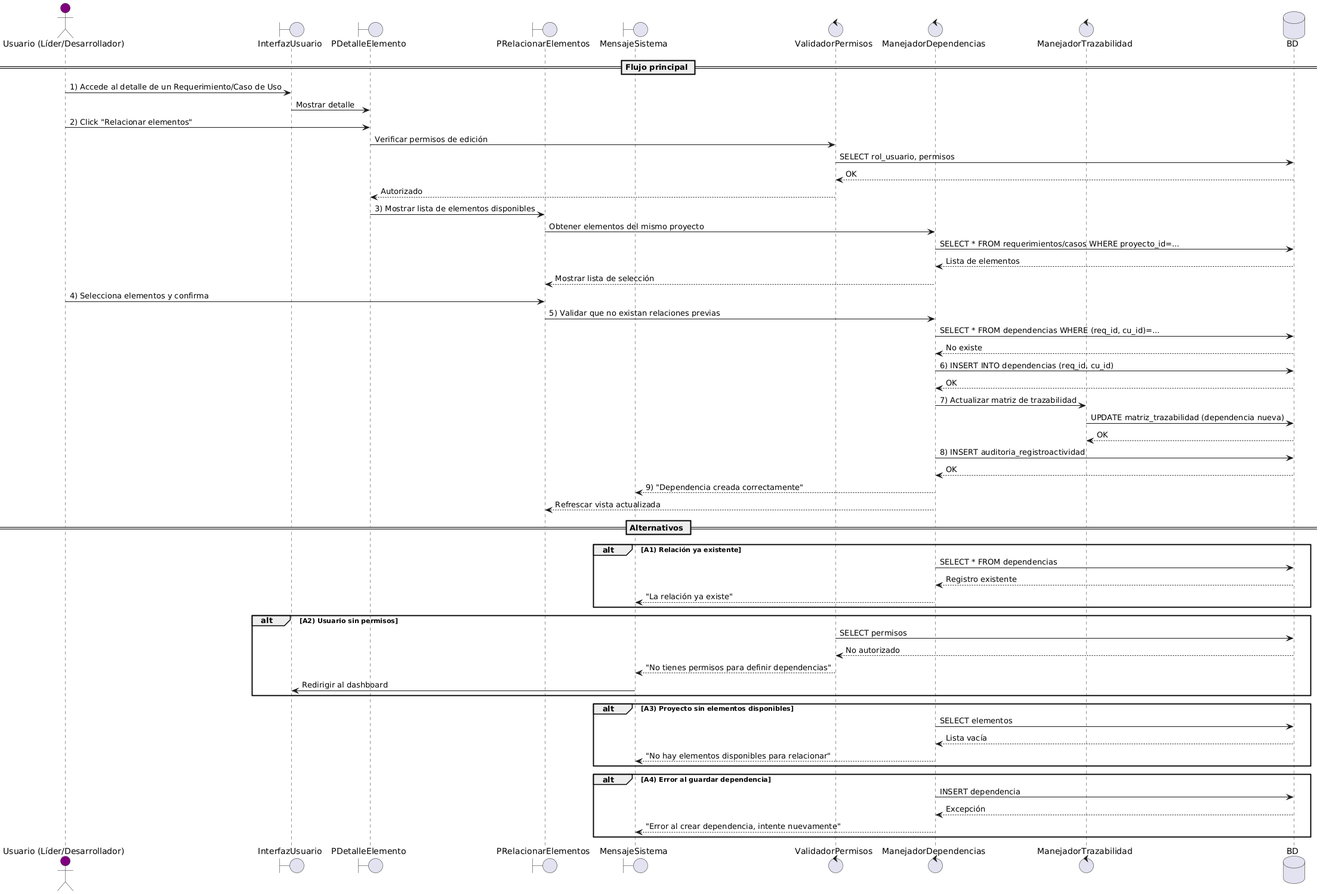
This is 3-CONSTRUCCION/ITERACIÓN 2/34. Especificacion de CU a implemantar/Diagramas/DS-CU11.png from uarg-unpa/grcu-manager, a PlantUML export, as it was before one commit.
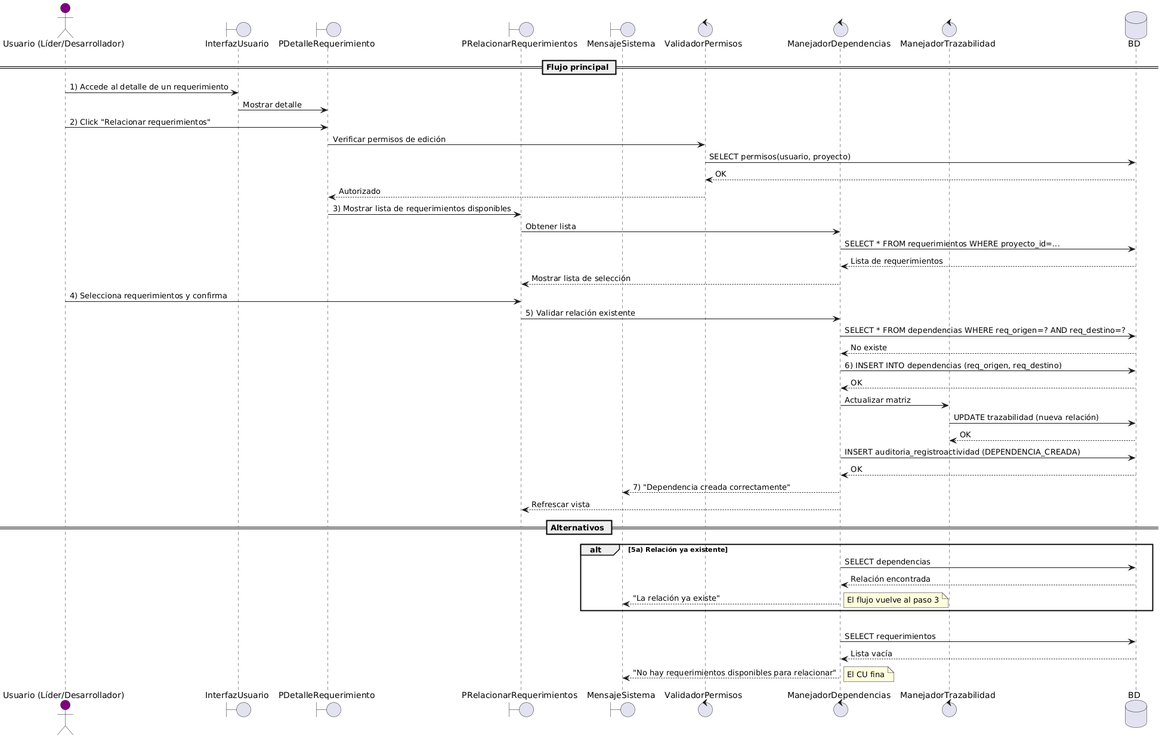
The same file after the commit.

The edit, as a diff of the source:
```diff
@@ -1,8 +1,8 @@
 @startuml
 actor "Usuario (Líder/Desarrollador)" as Usuario #purple
 boundary InterfazUsuario
-boundary PDetalleElemento
-boundary PRelacionarElementos
+boundary PDetalleRequerimiento
+boundary PRelacionarRequerimientos
 boundary MensajeSistema
 control ValidadorPermisos
 control ManejadorDependencias
@@ -10,62 +10,48 @@
 database BD
 
 == Flujo principal ==
-Usuario -> InterfazUsuario: 1) Accede al detalle de un Requerimiento/Caso de Uso
-InterfazUsuario -> PDetalleElemento: Mostrar detalle
-Usuario -> PDetalleElemento: 2) Click "Relacionar elementos"
+Usuario -> InterfazUsuario: 1) Accede al detalle de un requerimiento
+InterfazUsuario -> PDetalleRequerimiento: Mostrar detalle
+Usuario -> PDetalleRequerimiento: 2) Click "Relacionar requerimientos"
 
-PDetalleElemento -> ValidadorPermisos: Verificar permisos de edición
-ValidadorPermisos -> BD: SELECT rol_usuario, permisos
+PDetalleRequerimiento -> ValidadorPermisos: Verificar permisos de edición
+ValidadorPermisos -> BD: SELECT permisos(usuario, proyecto)
 BD --> ValidadorPermisos: OK
-ValidadorPermisos --> PDetalleElemento: Autorizado
+ValidadorPermisos --> PDetalleRequerimiento: Autorizado
 
-PDetalleElemento -> PRelacionarElementos: 3) Mostrar lista de elementos disponibles
-PRelacionarElementos -> ManejadorDependencias: Obtener elementos del mismo proyecto
-ManejadorDependencias -> BD: SELECT * FROM requerimientos/casos WHERE proyecto_id=...
-BD --> ManejadorDependencias: Lista de elementos
-ManejadorDependencias --> PRelacionarElementos: Mostrar lista de selección
+PDetalleRequerimiento -> PRelacionarRequerimientos: 3) Mostrar lista de requerimientos disponibles
+PRelacionarRequerimientos -> ManejadorDependencias: Obtener lista
+ManejadorDependencias -> BD: SELECT * FROM requerimientos WHERE proyecto_id=...
+BD --> ManejadorDependencias: Lista de requerimientos
+ManejadorDependencias --> PRelacionarRequerimientos: Mostrar lista de selección
 
-Usuario -> PRelacionarElementos: 4) Selecciona elementos y confirma
-PRelacionarElementos -> ManejadorDependencias: 5) Validar que no existan relaciones previas
-ManejadorDependencias -> BD: SELECT * FROM dependencias WHERE (req_id, cu_id)=...
+Usuario -> PRelacionarRequerimientos: 4) Selecciona requerimientos y confirma
+PRelacionarRequerimientos -> ManejadorDependencias: 5) Validar relación existente
+ManejadorDependencias -> BD: SELECT * FROM dependencias WHERE req_origen=? AND req_destino=?
 BD --> ManejadorDependencias: No existe
 
-ManejadorDependencias -> BD: 6) INSERT INTO dependencias (req_id, cu_id)
+ManejadorDependencias -> BD: 6) INSERT INTO dependencias (req_origen, req_destino)
+BD --> ManejadorDependencias: OK
+ManejadorDependencias -> ManejadorTrazabilidad: Actualizar matriz
+ManejadorTrazabilidad -> BD: UPDATE trazabilidad (nueva relación)
+BD --> ManejadorTrazabilidad: OK
+ManejadorDependencias -> BD: INSERT auditoria_registroactividad (DEPENDENCIA_CREADA)
 BD --> ManejadorDependencias: OK
 
-ManejadorDependencias -> ManejadorTrazabilidad: 7) Actualizar matriz de trazabilidad
-ManejadorTrazabilidad -> BD: UPDATE matriz_trazabilidad (dependencia nueva)
-BD --> ManejadorTrazabilidad: OK
-
-ManejadorDependencias -> BD: 8) INSERT auditoria_registroactividad
-BD --> ManejadorDependencias: OK
-
-ManejadorDependencias --> MensajeSistema: 9) "Dependencia creada correctamente"
-ManejadorDependencias --> PRelacionarElementos: Refrescar vista actualizada
+ManejadorDependencias --> MensajeSistema: 7) "Dependencia creada correctamente"
+ManejadorDependencias --> PRelacionarRequerimientos: Refrescar vista
 
 == Alternativos ==
-alt A1) Relación ya existente
-  ManejadorDependencias -> BD: SELECT * FROM dependencias
-  BD --> ManejadorDependencias: Registro existente
+alt 5a) Relación ya existente
+  ManejadorDependencias -> BD: SELECT dependencias
+  BD --> ManejadorDependencias: Relación encontrada
   ManejadorDependencias --> MensajeSistema: "La relación ya existe"
+  note right: El flujo vuelve al paso 3
 end
 
-alt A2) Usuario sin permisos
-  ValidadorPermisos -> BD: SELECT permisos
-  BD --> ValidadorPermisos: No autorizado
-  ValidadorPermisos --> MensajeSistema: "No tienes permisos para definir dependencias"
-  MensajeSistema -> InterfazUsuario: Redirigir al dashboard
-end
-
-alt A3) Proyecto sin elementos disponibles
-  ManejadorDependencias -> BD: SELECT elementos
+alt 3a) Proyecto sin requerimientos disponibles
+  ManejadorDependencias -> BD: SELECT requerimientos
   BD --> ManejadorDependencias: Lista vacía
-  ManejadorDependencias --> MensajeSistema: "No hay elementos disponibles para relacionar"
-end
-
-alt A4) Error al guardar dependencia
-  ManejadorDependencias -> BD: INSERT dependencia
-  BD --> ManejadorDependencias: Excepción
-  ManejadorDependencias --> MensajeSistema: "Error al crear dependencia, intente nuevamente"
-end
+  ManejadorDependencias --> MensajeSistema: "No hay requerimientos disponibles para relacionar"
+  note right: El CU fina
 @enduml
```
